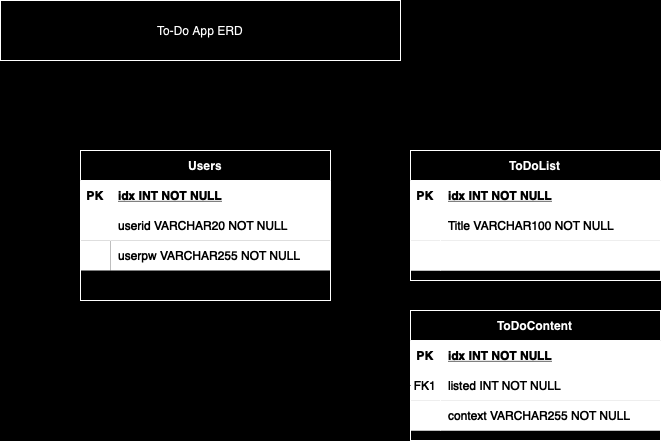
imaneya/clush-todo-backend keeps this draw.io diagram as To-Do App ERD.png. Above is the earlier version. Source tidied: cells renumbered, new cells last; positions are measured from the earlier drawing's top-left corner, leaving out a move shared by most shapes.
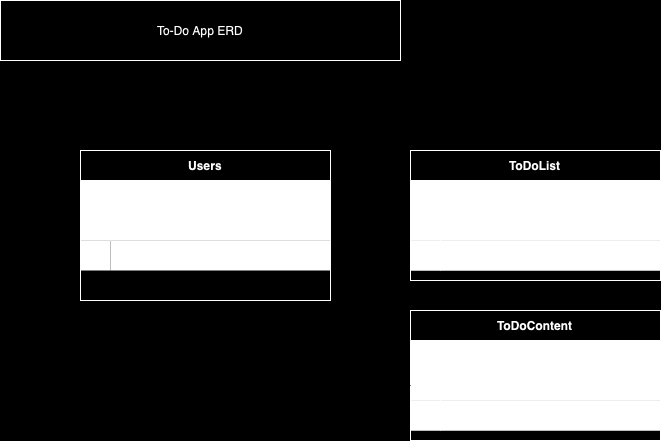
The same diagram one commit later.

Commit message:
To-Do App ERD.png이 추가되었습니다.

What changed in the source:
```diff
@@ -2,94 +2,94 @@
   <root>
     <mxCell id="0" />
     <mxCell id="1" parent="0" />
-    <mxCell id="2" value="ToDoList" style="shape=table;startSize=30;rowLines=0;fontStyle=1;align=center;fillColor=#FFFFFF;" parent="1" vertex="1">
+    <mxCell id="2" value="ToDoList" style="shape=table;startSize=30;rowLines=0;fontStyle=1;align=center;fillColor=#FFFFFF;fontColor=#000000;" parent="1" vertex="1">
       <mxGeometry x="410" y="150" width="250" height="130" as="geometry" />
     </mxCell>
-    <mxCell id="3" style="shape=partialRectangle;fillColor=#000000;points=[[0,0.5],[1,0.5]];portConstraint=eastwest;top=0;left=0;right=0;bottom=1;fontColor=#FFFFFF;" parent="2" vertex="1">
+    <mxCell id="3" style="shape=partialRectangle;fillColor=#000000;points=[[0,0.5],[1,0.5]];portConstraint=eastwest;top=0;left=0;right=0;bottom=1;fontColor=#000000;" parent="2" vertex="1">
       <mxGeometry y="30" width="250" height="30" as="geometry" />
     </mxCell>
-    <mxCell id="4" value="PK" style="shape=partialRectangle;overflow=hidden;fillColor=#000000;top=0;left=0;bottom=0;right=0;fontStyle=1;fontColor=#FFFFFF;" parent="3" vertex="1">
+    <mxCell id="4" value="PK" style="shape=partialRectangle;overflow=hidden;fillColor=#000000;top=0;left=0;bottom=0;right=0;fontStyle=1;fontColor=#000000;" parent="3" vertex="1">
       <mxGeometry width="30" height="30" as="geometry" />
     </mxCell>
-    <mxCell id="5" value="idx INT NOT NULL" style="shape=partialRectangle;overflow=hidden;fillColor=#000000;top=0;left=0;bottom=0;right=0;align=left;spacingLeft=6;fontStyle=5;fontColor=#FFFFFF;" parent="3" vertex="1">
+    <mxCell id="5" value="idx INT NOT NULL" style="shape=partialRectangle;overflow=hidden;fillColor=#000000;top=0;left=0;bottom=0;right=0;align=left;spacingLeft=6;fontStyle=5;fontColor=#000000;" parent="3" vertex="1">
       <mxGeometry x="30" width="220" height="30" as="geometry" />
     </mxCell>
-    <mxCell id="6" style="shape=partialRectangle;fillColor=#000000;top=0;left=0;right=0;bottom=0;fontColor=#FFFFFF;" parent="2" vertex="1">
+    <mxCell id="6" style="shape=partialRectangle;fillColor=#000000;top=0;left=0;right=0;bottom=0;fontColor=#000000;" parent="2" vertex="1">
       <mxGeometry y="60" width="250" height="30" as="geometry" />
     </mxCell>
-    <mxCell id="7" style="shape=partialRectangle;overflow=hidden;fillColor=#000000;top=0;left=0;bottom=0;right=0;fontColor=#FFFFFF;" parent="6" vertex="1">
+    <mxCell id="7" style="shape=partialRectangle;overflow=hidden;fillColor=#000000;top=0;left=0;bottom=0;right=0;fontColor=#000000;" parent="6" vertex="1">
       <mxGeometry width="30" height="30" as="geometry" />
     </mxCell>
-    <mxCell id="8" value="Title VARCHAR100 NOT NULL " style="shape=partialRectangle;overflow=hidden;fillColor=#000000;top=0;left=0;bottom=0;right=0;align=left;spacingLeft=6;fontColor=#FFFFFF;" parent="6" vertex="1">
+    <mxCell id="8" value="Title VARCHAR100 NOT NULL " style="shape=partialRectangle;overflow=hidden;fillColor=#000000;top=0;left=0;bottom=0;right=0;align=left;spacingLeft=6;fontColor=#000000;" parent="6" vertex="1">
       <mxGeometry x="30" width="220" height="30" as="geometry" />
     </mxCell>
-    <mxCell id="9" style="shape=partialRectangle;fillColor=#000000;top=0;left=0;right=0;bottom=0;fontColor=#FFFFFF;" parent="2" vertex="1">
+    <mxCell id="9" style="shape=partialRectangle;fillColor=#000000;top=0;left=0;right=0;bottom=0;fontColor=#000000;" parent="2" vertex="1">
       <mxGeometry y="90" width="250" height="30" as="geometry" />
     </mxCell>
-    <mxCell id="10" style="shape=partialRectangle;overflow=hidden;fillColor=#000000;top=0;left=0;bottom=0;right=0;fontColor=#FFFFFF;" parent="9" vertex="1">
+    <mxCell id="10" style="shape=partialRectangle;overflow=hidden;fillColor=#000000;top=0;left=0;bottom=0;right=0;fontColor=#000000;" parent="9" vertex="1">
       <mxGeometry width="30" height="30" as="geometry" />
     </mxCell>
-    <mxCell id="11" style="shape=partialRectangle;overflow=hidden;fillColor=#000000;top=0;left=0;bottom=0;right=0;align=left;spacingLeft=6;fontColor=#FFFFFF;" parent="9" vertex="1">
+    <mxCell id="11" style="shape=partialRectangle;overflow=hidden;fillColor=#000000;top=0;left=0;bottom=0;right=0;align=left;spacingLeft=6;fontColor=#000000;" parent="9" vertex="1">
       <mxGeometry x="30" width="220" height="30" as="geometry" />
     </mxCell>
     <mxCell id="12" value="ToDoContent" style="shape=table;startSize=30;rowLines=0;fontStyle=1;align=center;labelBackgroundColor=none;fillColor=#FFFFFF;" parent="1" vertex="1">
       <mxGeometry x="410" y="310" width="250" height="130" as="geometry" />
     </mxCell>
-    <mxCell id="13" style="shape=partialRectangle;fillColor=#000000;top=0;left=0;right=0;bottom=1;fontColor=#FFFFFF;" parent="12" vertex="1">
+    <mxCell id="13" style="shape=partialRectangle;fillColor=#000000;top=0;left=0;right=0;bottom=1;fontColor=#000000;" parent="12" vertex="1">
       <mxGeometry y="30" width="250" height="30" as="geometry" />
     </mxCell>
-    <mxCell id="14" value="PK" style="shape=partialRectangle;overflow=hidden;fillColor=#000000;top=0;left=0;bottom=0;right=0;fontStyle=1;fontColor=#FFFFFF;" parent="13" vertex="1">
+    <mxCell id="14" value="PK" style="shape=partialRectangle;overflow=hidden;fillColor=#000000;top=0;left=0;bottom=0;right=0;fontStyle=1;fontColor=#000000;" parent="13" vertex="1">
       <mxGeometry width="30" height="30" as="geometry" />
     </mxCell>
-    <mxCell id="15" value="idx INT NOT NULL" style="shape=partialRectangle;overflow=hidden;fillColor=#000000;top=0;left=0;bottom=0;right=0;align=left;spacingLeft=6;fontStyle=5;fontColor=#FFFFFF;" parent="13" vertex="1">
+    <mxCell id="15" value="idx INT NOT NULL" style="shape=partialRectangle;overflow=hidden;fillColor=#000000;top=0;left=0;bottom=0;right=0;align=left;spacingLeft=6;fontStyle=5;fontColor=#000000;" parent="13" vertex="1">
       <mxGeometry x="30" width="220" height="30" as="geometry" />
     </mxCell>
-    <mxCell id="16" style="shape=partialRectangle;fillColor=#000000;points=[[0,0.5],[1,0.5]];portConstraint=eastwest;top=0;left=0;right=0;bottom=0;fontColor=#FFFFFF;" parent="12" vertex="1">
+    <mxCell id="16" style="shape=partialRectangle;fillColor=#000000;points=[[0,0.5],[1,0.5]];portConstraint=eastwest;top=0;left=0;right=0;bottom=0;fontColor=#000000;" parent="12" vertex="1">
       <mxGeometry y="60" width="250" height="30" as="geometry" />
     </mxCell>
-    <mxCell id="17" value="FK1" style="shape=partialRectangle;overflow=hidden;fillColor=#000000;top=0;left=0;bottom=0;right=0;fontColor=#FFFFFF;" parent="16" vertex="1">
+    <mxCell id="17" value="FK1" style="shape=partialRectangle;overflow=hidden;fillColor=#000000;top=0;left=0;bottom=0;right=0;fontColor=#000000;" parent="16" vertex="1">
       <mxGeometry width="30" height="30" as="geometry" />
     </mxCell>
-    <mxCell id="18" value="listed INT NOT NULL" style="shape=partialRectangle;overflow=hidden;fillColor=#000000;top=0;left=0;bottom=0;right=0;align=left;spacingLeft=6;fontColor=#FFFFFF;" parent="16" vertex="1">
+    <mxCell id="18" value="listed INT NOT NULL" style="shape=partialRectangle;overflow=hidden;fillColor=#000000;top=0;left=0;bottom=0;right=0;align=left;spacingLeft=6;fontColor=#000000;" parent="16" vertex="1">
       <mxGeometry x="30" width="220" height="30" as="geometry" />
     </mxCell>
-    <mxCell id="19" style="shape=partialRectangle;fillColor=#000000;top=0;left=0;right=0;bottom=0;fontColor=#FFFFFF;" parent="12" vertex="1">
+    <mxCell id="19" style="shape=partialRectangle;fillColor=#000000;top=0;left=0;right=0;bottom=0;fontColor=#000000;" parent="12" vertex="1">
       <mxGeometry y="90" width="250" height="30" as="geometry" />
     </mxCell>
-    <mxCell id="20" style="shape=partialRectangle;overflow=hidden;fillColor=#000000;top=0;left=0;bottom=0;right=0;fontColor=#FFFFFF;" parent="19" vertex="1">
+    <mxCell id="20" style="shape=partialRectangle;overflow=hidden;fillColor=#000000;top=0;left=0;bottom=0;right=0;fontColor=#000000;" parent="19" vertex="1">
       <mxGeometry width="30" height="30" as="geometry" />
     </mxCell>
-    <mxCell id="21" value="context VARCHAR255 NOT NULL" style="shape=partialRectangle;overflow=hidden;fillColor=#000000;top=0;left=0;bottom=0;right=0;align=left;spacingLeft=6;fontColor=#FFFFFF;" parent="19" vertex="1">
+    <mxCell id="21" value="context VARCHAR255 NOT NULL" style="shape=partialRectangle;overflow=hidden;fillColor=#000000;top=0;left=0;bottom=0;right=0;align=left;spacingLeft=6;fontColor=#000000;" parent="19" vertex="1">
       <mxGeometry x="30" width="220" height="30" as="geometry" />
     </mxCell>
-    <mxCell id="22" value="Users" style="shape=table;startSize=30;rowLines=0;fontStyle=1;align=center;fillStyle=solid;" parent="1" vertex="1">
+    <mxCell id="22" value="Users" style="shape=table;startSize=30;rowLines=0;fontStyle=1;align=center;fillStyle=solid;fontColor=#000000;" parent="1" vertex="1">
       <mxGeometry x="80" y="150" width="250" height="150" as="geometry" />
     </mxCell>
-    <mxCell id="23" style="shape=partialRectangle;fillColor=#000000;top=0;left=0;right=0;bottom=1;fontColor=#FFFFFF;" parent="22" vertex="1">
+    <mxCell id="23" style="shape=partialRectangle;fillColor=#000000;top=0;left=0;right=0;bottom=1;fontColor=#000000;" parent="22" vertex="1">
       <mxGeometry y="30" width="250" height="30" as="geometry" />
     </mxCell>
-    <mxCell id="24" value="PK" style="shape=partialRectangle;overflow=hidden;fillColor=#000000;top=0;left=0;bottom=0;right=0;fontStyle=1;fontColor=#FFFFFF;" parent="23" vertex="1">
+    <mxCell id="24" value="PK" style="shape=partialRectangle;overflow=hidden;fillColor=#000000;top=0;left=0;bottom=0;right=0;fontStyle=1;fontColor=#000000;" parent="23" vertex="1">
       <mxGeometry width="30" height="30" as="geometry" />
     </mxCell>
-    <mxCell id="25" value="idx INT NOT NULL" style="shape=partialRectangle;overflow=hidden;fillColor=#000000;top=0;left=0;bottom=0;right=0;align=left;spacingLeft=6;fontStyle=5;fontColor=#FFFFFF;" parent="23" vertex="1">
+    <mxCell id="25" value="idx INT NOT NULL" style="shape=partialRectangle;overflow=hidden;fillColor=#000000;top=0;left=0;bottom=0;right=0;align=left;spacingLeft=6;fontStyle=5;fontColor=#000000;" parent="23" vertex="1">
       <mxGeometry x="30" width="220" height="30" as="geometry" />
     </mxCell>
-    <mxCell id="26" style="shape=partialRectangle;fillColor=#000000;top=0;left=0;right=0;bottom=0;fontColor=#FFFFFF;" parent="22" vertex="1">
+    <mxCell id="26" style="shape=partialRectangle;fillColor=#000000;top=0;left=0;right=0;bottom=0;fontColor=#000000;" parent="22" vertex="1">
       <mxGeometry y="60" width="250" height="30" as="geometry" />
     </mxCell>
-    <mxCell id="27" style="shape=partialRectangle;overflow=hidden;fillColor=#000000;top=0;left=0;bottom=0;right=0;fontColor=#FFFFFF;" parent="26" vertex="1">
+    <mxCell id="27" style="shape=partialRectangle;overflow=hidden;fillColor=#000000;top=0;left=0;bottom=0;right=0;fontColor=#000000;" parent="26" vertex="1">
       <mxGeometry width="30" height="30" as="geometry" />
     </mxCell>
-    <mxCell id="28" value="userid VARCHAR20 NOT NULL" style="shape=partialRectangle;overflow=hidden;fillColor=#000000;top=0;left=0;bottom=0;right=0;align=left;spacingLeft=6;fontColor=#FFFFFF;" parent="26" vertex="1">
+    <mxCell id="28" value="userid VARCHAR20 NOT NULL" style="shape=partialRectangle;overflow=hidden;fillColor=#000000;top=0;left=0;bottom=0;right=0;align=left;spacingLeft=6;fontColor=#000000;" parent="26" vertex="1">
       <mxGeometry x="30" width="220" height="30" as="geometry" />
     </mxCell>
-    <mxCell id="29" style="shape=partialRectangle;overflow=hidden;fillColor=#000000;top=0;left=0;bottom=0;right=0;fontColor=#FFFFFF;" parent="1" vertex="1">
+    <mxCell id="29" style="shape=partialRectangle;overflow=hidden;fillColor=#000000;top=0;left=0;bottom=0;right=0;fontColor=#000000;" parent="1" vertex="1">
       <mxGeometry x="80" y="240" width="30" height="30" as="geometry" />
     </mxCell>
-    <mxCell id="30" value="userpw VARCHAR255 NOT NULL" style="shape=partialRectangle;overflow=hidden;fillColor=#000000;top=0;left=0;bottom=0;right=0;align=left;spacingLeft=6;fontColor=#FFFFFF;" parent="1" vertex="1">
+    <mxCell id="30" value="userpw VARCHAR255 NOT NULL" style="shape=partialRectangle;overflow=hidden;fillColor=#000000;top=0;left=0;bottom=0;right=0;align=left;spacingLeft=6;fontColor=#000000;" parent="1" vertex="1">
       <mxGeometry x="110" y="240" width="220" height="30" as="geometry" />
     </mxCell>
-    <mxCell id="31" style="curved=1;endArrow=classic;html=1;rounded=0;entryX=0;entryY=0.5;entryDx=0;entryDy=0;exitX=0;exitY=0.5;exitDx=0;exitDy=0;strokeColor=#FFFFFF;" parent="1" edge="1" source="16" target="3">
+    <mxCell id="31" style="curved=1;endArrow=classic;html=1;rounded=0;entryX=0;entryY=0.5;entryDx=0;entryDy=0;exitX=0;exitY=0.5;exitDx=0;exitDy=0;strokeColor=#FFFFFF;fontColor=#000000;" parent="1" edge="1" source="16" target="3">
       <mxGeometry relative="1" as="geometry">
         <Array as="points">
           <mxPoint x="370" y="390" />
```
